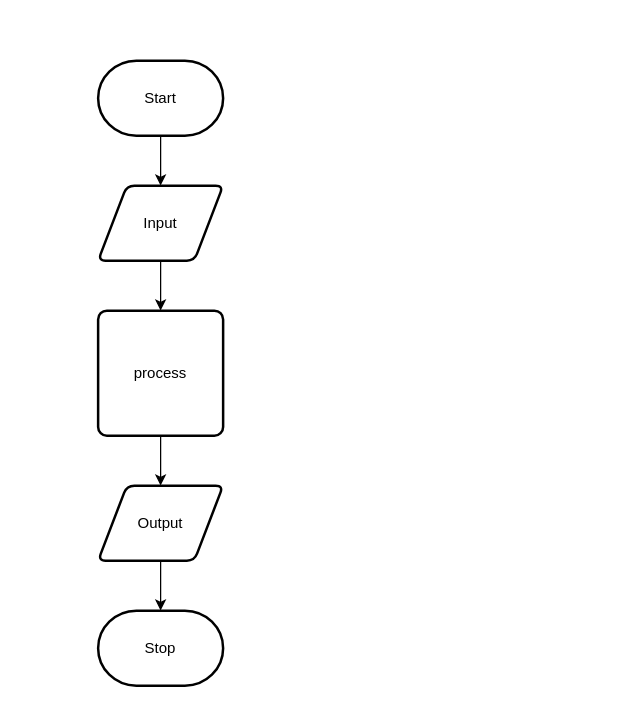
The draw.io diagram design/flow-chart.drawio in Emmanuel-Fofeyin/ICS2O-Unit5-01-HTML, before the edit. Source tidied: cells renumbered, new cells numbered last; positions are measured from the earlier drawing's top-left corner, leaving out a move shared by most shapes. Both pictures are drawn from the tidied source at 125%, with x=0, y=0 at pixel (98, 60).
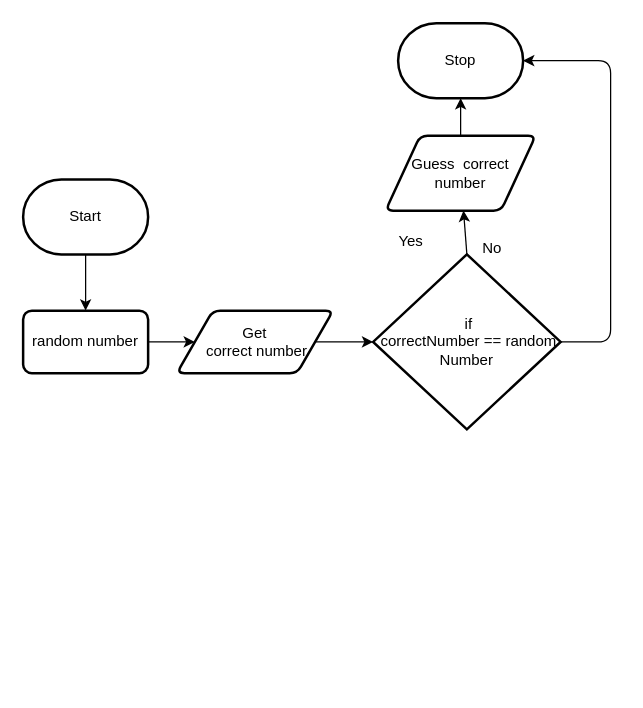
The same diagram, later.

Diff of the diagram source:
```diff
@@
 <mxGraphModel>
   <root>
     <mxCell id="0" />
     <mxCell id="1" parent="0" />
-    <mxCell id="2" style="edgeStyle=none;html=1;" parent="1" edge="1" source="3" target="5">
-      <mxGeometry relative="1" as="geometry" />
-    </mxCell>
     <mxCell id="3" value="Start" style="strokeWidth=2;html=1;shape=mxgraph.flowchart.terminator;whiteSpace=wrap;" parent="1" vertex="1">
-      <mxGeometry width="100" height="60" as="geometry" />
+      <mxGeometry x="-60" y="95" width="100" height="60" as="geometry" />
     </mxCell>
-    <mxCell id="4" style="edgeStyle=none;html=1;" parent="1" edge="1" source="5" target="7">
+    <mxCell id="4" style="edgeStyle=none;html=1;entryX=0;entryY=0.5;entryDx=0;entryDy=0;entryPerimeter=0;" parent="1" edge="1" source="5" target="11">
       <mxGeometry relative="1" as="geometry" />
     </mxCell>
-    <mxCell id="5" value="Input" style="shape=parallelogram;html=1;strokeWidth=2;perimeter=parallelogramPerimeter;whiteSpace=wrap;rounded=1;arcSize=12;size=0.23;" parent="1" vertex="1">
-      <mxGeometry y="100" width="100" height="60" as="geometry" />
+    <mxCell id="5" value="Get&lt;br&gt;&amp;nbsp;correct number" style="shape=parallelogram;html=1;strokeWidth=2;perimeter=parallelogramPerimeter;whiteSpace=wrap;rounded=1;arcSize=12;size=0.23;" parent="1" vertex="1">
+      <mxGeometry x="63" y="200" width="125" height="50" as="geometry" />
     </mxCell>
-    <mxCell id="6" style="edgeStyle=none;html=1;" parent="1" edge="1" source="7" target="9">
-      <mxGeometry relative="1" as="geometry" />
-    </mxCell>
-    <mxCell id="7" value="process" style="rounded=1;whiteSpace=wrap;html=1;absoluteArcSize=1;arcSize=14;strokeWidth=2;" parent="1" vertex="1">
-      <mxGeometry y="200" width="100" height="100" as="geometry" />
-    </mxCell>
-    <mxCell id="8" style="edgeStyle=none;html=1;" parent="1" edge="1" source="9" target="10">
-      <mxGeometry relative="1" as="geometry" />
-    </mxCell>
-    <mxCell id="9" value="Output" style="shape=parallelogram;html=1;strokeWidth=2;perimeter=parallelogramPerimeter;whiteSpace=wrap;rounded=1;arcSize=12;size=0.23;" parent="1" vertex="1">
-      <mxGeometry y="340" width="100" height="60" as="geometry" />
+    <mxCell id="9" value="Guess&amp;nbsp; correct number" style="shape=parallelogram;html=1;strokeWidth=2;perimeter=parallelogramPerimeter;whiteSpace=wrap;rounded=1;arcSize=12;size=0.23;" parent="1" vertex="1">
+      <mxGeometry x="230" y="60" width="120" height="60" as="geometry" />
     </mxCell>
     <mxCell id="10" value="Stop" style="strokeWidth=2;html=1;shape=mxgraph.flowchart.terminator;whiteSpace=wrap;" parent="1" vertex="1">
-      <mxGeometry y="440" width="100" height="60" as="geometry" />
+      <mxGeometry x="240" y="-30" width="100" height="60" as="geometry" />
     </mxCell>
+    <mxCell id="11" value="&amp;nbsp;if&lt;br&gt;&amp;nbsp;correctNumber == random Number" style="strokeWidth=2;html=1;shape=mxgraph.flowchart.decision;whiteSpace=wrap;" parent="1" vertex="1">
+      <mxGeometry x="220" y="155" width="150" height="140" as="geometry" />
+    </mxCell>
+    <mxCell id="12" value="random number" style="rounded=1;whiteSpace=wrap;html=1;absoluteArcSize=1;arcSize=14;strokeWidth=2;" parent="1" vertex="1">
+      <mxGeometry x="-60" y="200" width="100" height="50" as="geometry" />
+    </mxCell>
+    <mxCell id="13" style="edgeStyle=none;html=1;exitX=0.5;exitY=0;exitDx=0;exitDy=0;exitPerimeter=0;" parent="1" edge="1" source="11" target="9">
+      <mxGeometry relative="1" as="geometry" />
+    </mxCell>
+    <mxCell id="8" style="edgeStyle=none;html=1;entryX=0.5;entryY=1;entryDx=0;entryDy=0;entryPerimeter=0;exitX=0.5;exitY=0;exitDx=0;exitDy=0;" parent="1" edge="1" source="9" target="10">
+      <mxGeometry relative="1" as="geometry" />
+    </mxCell>
+    <mxCell id="14" value="No" style="text;html=1;align=center;verticalAlign=middle;strokeColor=none;fillColor=none;" parent="1" vertex="1">
+      <mxGeometry x="300" y="140" width="30" height="20" as="geometry" />
+    </mxCell>
+    <mxCell id="15" style="edgeStyle=none;html=1;exitX=1;exitY=0.5;exitDx=0;exitDy=0;exitPerimeter=0;entryX=1;entryY=0.5;entryDx=0;entryDy=0;entryPerimeter=0;" parent="1" edge="1" source="11" target="10">
+      <mxGeometry relative="1" as="geometry">
+        <Array as="points">
+          <mxPoint x="410" y="225" />
+          <mxPoint x="410" />
+        </Array>
+      </mxGeometry>
+    </mxCell>
+    <mxCell id="16" style="edgeStyle=none;html=1;entryX=0;entryY=0.5;entryDx=0;entryDy=0;exitX=1;exitY=0.5;exitDx=0;exitDy=0;" parent="1" edge="1" source="12" target="5">
+      <mxGeometry relative="1" as="geometry" />
+    </mxCell>
+    <mxCell id="17" style="edgeStyle=none;html=1;entryX=0.5;entryY=0;entryDx=0;entryDy=0;exitX=0.5;exitY=1;exitDx=0;exitDy=0;exitPerimeter=0;" parent="1" edge="1" source="3" target="12">
+      <mxGeometry relative="1" as="geometry" />
+    </mxCell>
+    <mxCell id="18" value="Yes" style="text;html=1;align=center;verticalAlign=middle;strokeColor=none;fillColor=none;" parent="1" vertex="1">
+      <mxGeometry x="230" y="135" width="40" height="20" as="geometry" />
+    </mxCell>
   </root>
 </mxGraphModel>
```
